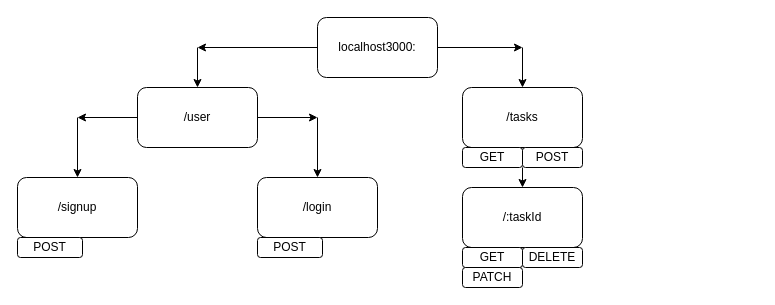
Before: sema.drawio in nAleksic5/To-Do-app, a draw.io diagram. Source tidied: cells renumbered, new cells numbered last; positions are measured from the earlier drawing's top-left corner, leaving out a move shared by most shapes. Both pictures are drawn from the tidied source at 100%, with x=0, y=0 at pixel (17, 17).
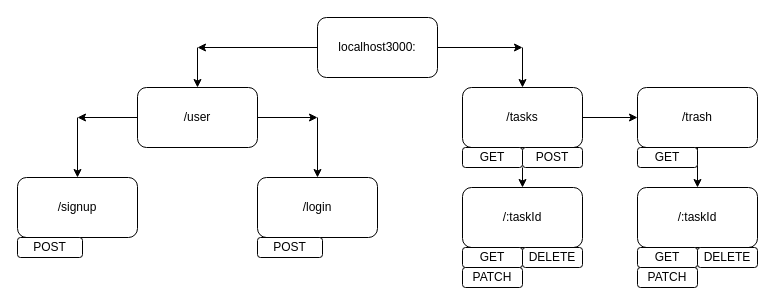
After the change.

The change refers to these unchanged cells:
```xml
<mxCell id="16" value="/tasks" style="rounded=1;whiteSpace=wrap;html=1;" parent="1" vertex="1">
  <mxGeometry x="445" y="70" width="120" height="60" as="geometry" />
</mxCell>
```

Change to the diagram source:
```diff
@@
+    <mxCell id="24" style="edgeStyle=none;html=1;" parent="1" edge="1" source="16">
+      <mxGeometry relative="1" as="geometry">
+        <mxPoint x="620" y="100" as="targetPoint" />
+      </mxGeometry>
+    </mxCell>
@@
+    <mxCell id="25" style="edgeStyle=none;html=1;" parent="1" edge="1" source="26">
+      <mxGeometry relative="1" as="geometry">
+        <mxPoint x="680" y="170" as="targetPoint" />
+      </mxGeometry>
+    </mxCell>
+    <mxCell id="26" value="/trash" style="rounded=1;whiteSpace=wrap;html=1;" parent="1" vertex="1">
+      <mxGeometry x="620" y="70" width="120" height="60" as="geometry" />
+    </mxCell>
+    <mxCell id="27" value="GET" style="rounded=1;whiteSpace=wrap;html=1;" parent="1" vertex="1">
+      <mxGeometry x="620" y="130" width="60" height="20" as="geometry" />
+    </mxCell>
+    <mxCell id="28" value="/:taskId" style="rounded=1;whiteSpace=wrap;html=1;" parent="1" vertex="1">
+      <mxGeometry x="620" y="170" width="120" height="60" as="geometry" />
+    </mxCell>
+    <mxCell id="29" value="GET" style="rounded=1;whiteSpace=wrap;html=1;" parent="1" vertex="1">
+      <mxGeometry x="620" y="230" width="60" height="20" as="geometry" />
+    </mxCell>
+    <mxCell id="30" value="DELETE" style="rounded=1;whiteSpace=wrap;html=1;" parent="1" vertex="1">
+      <mxGeometry x="680" y="230" width="60" height="20" as="geometry" />
+    </mxCell>
+    <mxCell id="31" value="PATCH" style="rounded=1;whiteSpace=wrap;html=1;" parent="1" vertex="1">
+      <mxGeometry x="620" y="250" width="60" height="20" as="geometry" />
+    </mxCell>
```
